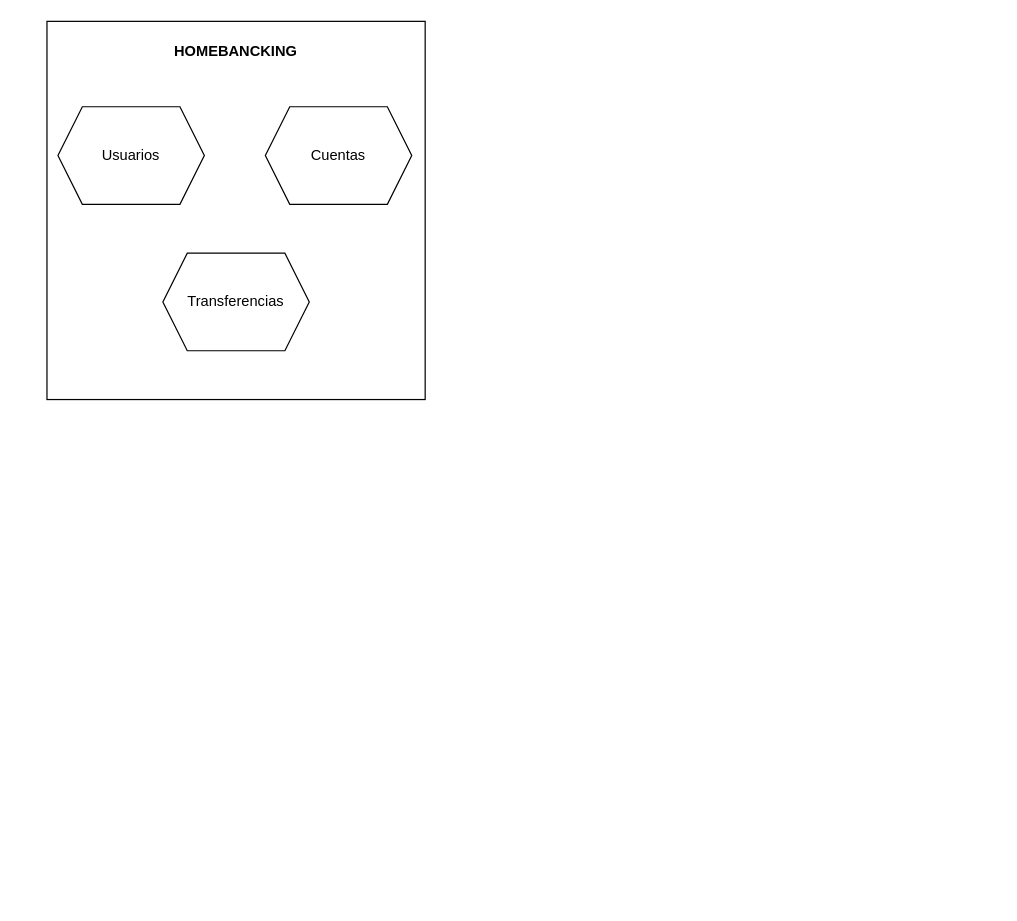
Earlier version of the draw.io diagram assets/architecture-diagram.drawio (Ivan9912/proyecto-final-java-spring). Source tidied: cells renumbered, new cells numbered last; positions are measured from the earlier drawing's top-left corner, leaving out a move shared by most shapes. Both pictures are drawn from the tidied source at 122%, with x=0, y=0 at pixel (46, 21).
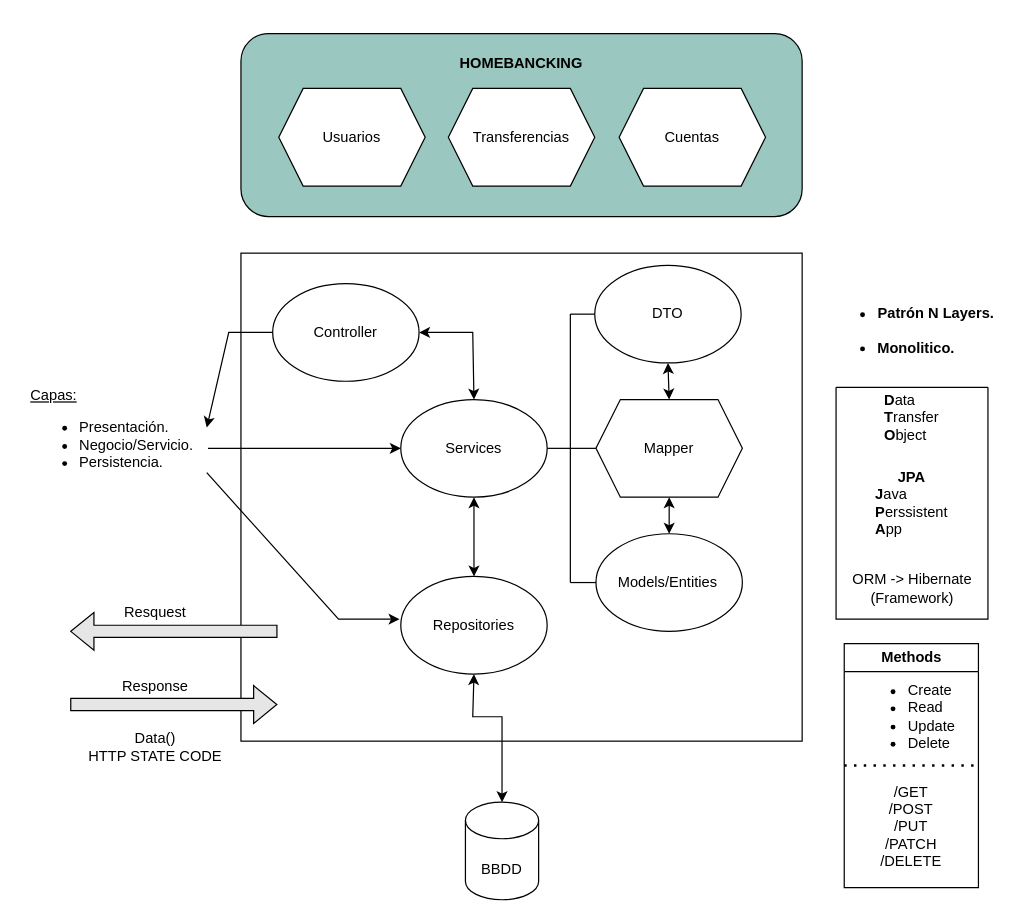
The same page after the edit.

What changed in the source:
```diff
@@
-    <mxCell id="2" style="whiteSpace=wrap;html=1;" parent="1" vertex="1">
-      <mxGeometry width="310" height="310" as="geometry" />
-    </mxCell>
+    <mxCell id="10" style="rounded=0;whiteSpace=wrap;html=1;" parent="1" vertex="1">
+      <mxGeometry x="159" y="190" width="460" height="400" as="geometry" />
+    </mxCell>
+    <mxCell id="11" style="rounded=1;whiteSpace=wrap;html=1;fillColor=#9AC7BF;" parent="1" vertex="1">
+      <mxGeometry x="159" y="10" width="460" height="150" as="geometry" />
+    </mxCell>
     <mxCell id="3" value="&lt;b&gt;HOMEBANCKING&lt;/b&gt;" style="text;strokeColor=none;align=center;fillColor=none;html=1;verticalAlign=middle;whiteSpace=wrap;rounded=0;" parent="1" vertex="1">
-      <mxGeometry x="92" y="10" width="126" height="30" as="geometry" />
+      <mxGeometry x="326" y="20" width="126" height="30" as="geometry" />
     </mxCell>
     <mxCell id="4" style="shape=hexagon;perimeter=hexagonPerimeter2;whiteSpace=wrap;html=1;fixedSize=1;" parent="1" vertex="1">
-      <mxGeometry x="9" y="70" width="120" height="80" as="geometry" />
+      <mxGeometry x="329" y="55" width="120" height="80" as="geometry" />
     </mxCell>
     <mxCell id="5" style="shape=hexagon;perimeter=hexagonPerimeter2;whiteSpace=wrap;html=1;fixedSize=1;" parent="1" vertex="1">
-      <mxGeometry x="179" y="70" width="120" height="80" as="geometry" />
+      <mxGeometry x="469" y="55" width="120" height="80" as="geometry" />
     </mxCell>
     <mxCell id="6" style="shape=hexagon;perimeter=hexagonPerimeter2;whiteSpace=wrap;html=1;fixedSize=1;" parent="1" vertex="1">
-      <mxGeometry x="95" y="190" width="120" height="80" as="geometry" />
+      <mxGeometry x="190" y="55" width="120" height="80" as="geometry" />
     </mxCell>
     <mxCell id="7" value="Usuarios" style="text;strokeColor=none;align=center;fillColor=none;html=1;verticalAlign=middle;whiteSpace=wrap;rounded=0;" parent="1" vertex="1">
-      <mxGeometry x="39" y="95" width="60" height="30" as="geometry" />
+      <mxGeometry x="220" y="80" width="60" height="30" as="geometry" />
     </mxCell>
     <mxCell id="8" value="Cuentas" style="text;strokeColor=none;align=center;fillColor=none;html=1;verticalAlign=middle;whiteSpace=wrap;rounded=0;" parent="1" vertex="1">
-      <mxGeometry x="209" y="95" width="60" height="30" as="geometry" />
+      <mxGeometry x="499" y="80" width="60" height="30" as="geometry" />
     </mxCell>
     <mxCell id="9" value="Transferencias" style="text;strokeColor=none;align=center;fillColor=none;html=1;verticalAlign=middle;whiteSpace=wrap;rounded=0;" parent="1" vertex="1">
-      <mxGeometry x="105" y="215" width="100" height="30" as="geometry" />
+      <mxGeometry x="339" y="80" width="100" height="30" as="geometry" />
     </mxCell>
+    <mxCell id="12" value="&lt;ul&gt;&lt;li&gt;&lt;b&gt;Patrón N Layers.&lt;/b&gt;&lt;/li&gt;&lt;/ul&gt;" style="text;strokeColor=none;align=center;fillColor=none;html=1;verticalAlign=middle;whiteSpace=wrap;rounded=0;" parent="1" vertex="1">
+      <mxGeometry x="638.5" y="225" width="140" height="30" as="geometry" />
+    </mxCell>
+    <mxCell id="13" style="ellipse;whiteSpace=wrap;html=1;" parent="1" vertex="1">
+      <mxGeometry x="185" y="215" width="120" height="80" as="geometry" />
+    </mxCell>
+    <mxCell id="14" style="ellipse;whiteSpace=wrap;html=1;" parent="1" vertex="1">
+      <mxGeometry x="450" y="420" width="120" height="80" as="geometry" />
+    </mxCell>
+    <mxCell id="15" style="shape=cylinder3;whiteSpace=wrap;html=1;boundedLbl=1;backgroundOutline=1;size=15;" parent="1" vertex="1">
+      <mxGeometry x="343" y="640" width="60" height="80" as="geometry" />
+    </mxCell>
+    <mxCell id="16" value="&lt;div style=&quot;text-align: left;&quot;&gt;&lt;span style=&quot;background-color: initial;&quot;&gt;&lt;u&gt;Capas:&lt;/u&gt;&lt;/span&gt;&lt;/div&gt;&lt;div style=&quot;text-align: left;&quot;&gt;&lt;ul&gt;&lt;li&gt;&lt;span style=&quot;background-color: initial;&quot;&gt;Presentación.&lt;/span&gt;&lt;/li&gt;&lt;li&gt;&lt;span style=&quot;background-color: initial;&quot;&gt;Negocio/Servicio.&lt;/span&gt;&lt;/li&gt;&lt;li&gt;&lt;span style=&quot;background-color: initial;&quot;&gt;Persistencia.&lt;/span&gt;&lt;/li&gt;&lt;/ul&gt;&lt;/div&gt;" style="text;strokeColor=none;align=center;fillColor=none;html=1;verticalAlign=middle;whiteSpace=wrap;rounded=0;" parent="1" vertex="1">
+      <mxGeometry x="-21" y="295" width="149" height="90" as="geometry" />
+    </mxCell>
+    <mxCell id="17" value="BBDD" style="text;strokeColor=none;align=center;fillColor=none;html=1;verticalAlign=middle;whiteSpace=wrap;rounded=0;" parent="1" vertex="1">
+      <mxGeometry x="343" y="680" width="60" height="30" as="geometry" />
+    </mxCell>
+    <mxCell id="18" value="Controller" style="text;strokeColor=none;align=center;fillColor=none;html=1;verticalAlign=middle;whiteSpace=wrap;rounded=0;" parent="1" vertex="1">
+      <mxGeometry x="215" y="240" width="60" height="30" as="geometry" />
+    </mxCell>
+    <mxCell id="19" value="Models/Entities" style="text;strokeColor=none;align=center;fillColor=none;html=1;verticalAlign=middle;whiteSpace=wrap;rounded=0;" parent="1" vertex="1">
+      <mxGeometry x="464" y="445" width="90" height="30" as="geometry" />
+    </mxCell>
+    <mxCell id="20" style="ellipse;whiteSpace=wrap;html=1;" parent="1" vertex="1">
+      <mxGeometry x="290" y="310" width="120" height="80" as="geometry" />
+    </mxCell>
+    <mxCell id="21" value="Services" style="text;strokeColor=none;align=center;fillColor=none;html=1;verticalAlign=middle;whiteSpace=wrap;rounded=0;" parent="1" vertex="1">
+      <mxGeometry x="320" y="335" width="60" height="30" as="geometry" />
+    </mxCell>
+    <mxCell id="22" style="ellipse;whiteSpace=wrap;html=1;" parent="1" vertex="1">
+      <mxGeometry x="290" y="455" width="120" height="80" as="geometry" />
+    </mxCell>
+    <mxCell id="23" value="Repositories" style="text;strokeColor=none;align=center;fillColor=none;html=1;verticalAlign=middle;whiteSpace=wrap;rounded=0;" parent="1" vertex="1">
+      <mxGeometry x="320" y="480" width="60" height="30" as="geometry" />
+    </mxCell>
+    <mxCell id="24" style="endArrow=classic;startArrow=classic;html=1;rounded=0;entryX=1;entryY=0.5;entryDx=0;entryDy=0;exitX=0.5;exitY=0;exitDx=0;exitDy=0;" parent="1" edge="1" source="20" target="13">
+      <mxGeometry relative="1" as="geometry">
+        <Array as="points">
+          <mxPoint x="349" y="255" />
+        </Array>
+      </mxGeometry>
+    </mxCell>
+    <mxCell id="25" style="endArrow=classic;startArrow=classic;html=1;rounded=0;exitX=0.5;exitY=0;exitDx=0;exitDy=0;entryX=0.5;entryY=1;entryDx=0;entryDy=0;" parent="1" edge="1" source="22" target="20">
+      <mxGeometry relative="1" as="geometry" />
+    </mxCell>
+    <mxCell id="26" value="&lt;div style=&quot;text-align: left;&quot;&gt;&lt;b style=&quot;background-color: initial;&quot;&gt;D&lt;/b&gt;&lt;span style=&quot;background-color: initial;&quot;&gt;ata&lt;/span&gt;&lt;/div&gt;&lt;b&gt;&lt;div style=&quot;text-align: left;&quot;&gt;&lt;b style=&quot;background-color: initial;&quot;&gt;T&lt;/b&gt;&lt;span style=&quot;background-color: initial; font-weight: normal;&quot;&gt;ransfer&lt;/span&gt;&lt;/div&gt;&lt;/b&gt;&lt;b&gt;&lt;div style=&quot;text-align: left;&quot;&gt;&lt;b style=&quot;background-color: initial;&quot;&gt;O&lt;/b&gt;&lt;span style=&quot;background-color: initial; font-weight: normal;&quot;&gt;bject&lt;/span&gt;&lt;/div&gt;&lt;/b&gt;" style="text;strokeColor=none;align=center;fillColor=none;html=1;verticalAlign=middle;whiteSpace=wrap;rounded=0;" parent="1" vertex="1">
+      <mxGeometry x="669" y="285" width="80" height="80" as="geometry" />
+    </mxCell>
+    <mxCell id="27" style="ellipse;whiteSpace=wrap;html=1;" parent="1" vertex="1">
+      <mxGeometry x="449" y="200" width="120" height="80" as="geometry" />
+    </mxCell>
+    <mxCell id="28" value="DTO" style="text;strokeColor=none;align=center;fillColor=none;html=1;verticalAlign=middle;whiteSpace=wrap;rounded=0;" parent="1" vertex="1">
+      <mxGeometry x="479" y="225" width="60" height="30" as="geometry" />
+    </mxCell>
+    <mxCell id="29" style="shape=hexagon;perimeter=hexagonPerimeter2;whiteSpace=wrap;html=1;fixedSize=1;" parent="1" vertex="1">
+      <mxGeometry x="450" y="310" width="120" height="80" as="geometry" />
+    </mxCell>
+    <mxCell id="30" style="endArrow=classic;startArrow=classic;html=1;rounded=0;entryX=0.5;entryY=1;entryDx=0;entryDy=0;exitX=0.5;exitY=0;exitDx=0;exitDy=0;" parent="1" edge="1" source="29" target="27">
+      <mxGeometry relative="1" as="geometry" />
+    </mxCell>
+    <mxCell id="31" style="endArrow=classic;startArrow=classic;html=1;rounded=0;entryX=0.5;entryY=1;entryDx=0;entryDy=0;exitX=0.5;exitY=0;exitDx=0;exitDy=0;" parent="1" edge="1" source="14" target="29">
+      <mxGeometry relative="1" as="geometry" />
+    </mxCell>
+    <mxCell id="32" value="Mapper" style="text;strokeColor=none;align=center;fillColor=none;html=1;verticalAlign=middle;whiteSpace=wrap;rounded=0;" parent="1" vertex="1">
+      <mxGeometry x="480" y="335" width="60" height="30" as="geometry" />
+    </mxCell>
+    <mxCell id="33" style="endArrow=none;html=1;rounded=0;entryX=0.587;entryY=0.12;entryDx=0;entryDy=0;entryPerimeter=0;" parent="1" edge="1">
+      <mxGeometry relative="1" as="geometry">
+        <mxPoint x="429" y="460" as="sourcePoint" />
+        <mxPoint x="429" y="239.8" as="targetPoint" />
+        <Array as="points">
+          <mxPoint x="429" y="350" />
+        </Array>
+      </mxGeometry>
+    </mxCell>
+    <mxCell id="34" style="endArrow=none;html=1;rounded=0;entryX=0;entryY=0.5;entryDx=0;entryDy=0;" parent="1" edge="1" target="29">
+      <mxGeometry relative="1" as="geometry">
+        <mxPoint x="429" y="350" as="sourcePoint" />
+      </mxGeometry>
+    </mxCell>
+    <mxCell id="35" style="endArrow=none;html=1;rounded=0;exitX=1;exitY=0.5;exitDx=0;exitDy=0;" parent="1" edge="1" source="20">
+      <mxGeometry relative="1" as="geometry">
+        <mxPoint x="429" y="350" as="targetPoint" />
+      </mxGeometry>
+    </mxCell>
+    <mxCell id="36" style="endArrow=none;html=1;rounded=0;entryX=0;entryY=0.5;entryDx=0;entryDy=0;" parent="1" edge="1" target="27">
+      <mxGeometry relative="1" as="geometry">
+        <mxPoint x="429" y="240" as="sourcePoint" />
+      </mxGeometry>
+    </mxCell>
+    <mxCell id="37" style="endArrow=none;html=1;rounded=0;entryX=0;entryY=0.5;entryDx=0;entryDy=0;" parent="1" edge="1" target="14">
+      <mxGeometry relative="1" as="geometry">
+        <mxPoint x="429" y="460" as="sourcePoint" />
+      </mxGeometry>
+    </mxCell>
+    <mxCell id="38" style="endArrow=classic;startArrow=classic;html=1;rounded=0;exitX=0.5;exitY=1;exitDx=0;exitDy=0;entryX=0.5;entryY=0;entryDx=0;entryDy=0;entryPerimeter=0;" parent="1" edge="1" source="22" target="15">
+      <mxGeometry relative="1" as="geometry">
+        <Array as="points">
+          <mxPoint x="349" y="570" />
+          <mxPoint x="373" y="570" />
+        </Array>
+      </mxGeometry>
+    </mxCell>
+    <mxCell id="39" value="&lt;ul&gt;&lt;li&gt;&lt;b&gt;Monolitico.&lt;/b&gt;&lt;/li&gt;&lt;/ul&gt;" style="text;strokeColor=none;align=left;fillColor=none;html=1;verticalAlign=middle;whiteSpace=wrap;rounded=0;" parent="1" vertex="1">
+      <mxGeometry x="639" y="255" width="120" height="25" as="geometry" />
+    </mxCell>
+    <mxCell id="40" style="endArrow=classic;html=1;rounded=0;entryX=0;entryY=0.5;entryDx=0;entryDy=0;exitX=1.027;exitY=0.611;exitDx=0;exitDy=0;exitPerimeter=0;" parent="1" edge="1" source="16" target="20">
+      <mxGeometry relative="1" as="geometry" />
+    </mxCell>
+    <mxCell id="41" style="endArrow=classic;html=1;rounded=0;exitX=1.02;exitY=0.833;exitDx=0;exitDy=0;exitPerimeter=0;" parent="1" edge="1" source="16">
+      <mxGeometry relative="1" as="geometry">
+        <mxPoint x="289" y="490" as="targetPoint" />
+        <Array as="points">
+          <mxPoint x="239" y="490" />
+        </Array>
+      </mxGeometry>
+    </mxCell>
+    <mxCell id="42" value="&lt;b&gt;JPA &lt;/b&gt;&lt;br&gt;&lt;div style=&quot;text-align: left;&quot;&gt;&lt;span style=&quot;background-color: initial;&quot;&gt;&lt;b&gt;J&lt;/b&gt;ava&lt;/span&gt;&lt;/div&gt;&lt;div style=&quot;text-align: left;&quot;&gt;&lt;span style=&quot;background-color: initial;&quot;&gt;&lt;b&gt;P&lt;/b&gt;erssistent&lt;/span&gt;&lt;/div&gt;&lt;div style=&quot;text-align: left;&quot;&gt;&lt;span style=&quot;background-color: initial;&quot;&gt;&lt;b&gt;A&lt;/b&gt;pp&lt;/span&gt;&lt;/div&gt;" style="text;strokeColor=none;align=center;fillColor=none;html=1;verticalAlign=middle;whiteSpace=wrap;rounded=0;" parent="1" vertex="1">
+      <mxGeometry x="669" y="350" width="80" height="90" as="geometry" />
+    </mxCell>
+    <mxCell id="43" value="ORM -&amp;gt; Hibernate (Framework)" style="text;strokeColor=none;align=center;fillColor=none;html=1;verticalAlign=middle;whiteSpace=wrap;rounded=0;" parent="1" vertex="1">
+      <mxGeometry x="654.5" y="445" width="109" height="40" as="geometry" />
+    </mxCell>
+    <mxCell id="44" style="endArrow=classic;html=1;rounded=0;entryX=1.02;entryY=0.422;entryDx=0;entryDy=0;entryPerimeter=0;exitX=0;exitY=0.5;exitDx=0;exitDy=0;" parent="1" edge="1" source="13" target="16">
+      <mxGeometry relative="1" as="geometry">
+        <Array as="points">
+          <mxPoint x="149" y="255" />
+        </Array>
+      </mxGeometry>
+    </mxCell>
+    <mxCell id="45" style="shape=flexArrow;endArrow=classic;html=1;rounded=0;strokeColor=#000000;fillColor=#E6E6E6;" parent="1" edge="1">
+      <mxGeometry relative="1" as="geometry">
+        <mxPoint x="189" y="500" as="sourcePoint" />
+        <mxPoint x="19" y="500" as="targetPoint" />
+      </mxGeometry>
+    </mxCell>
+    <mxCell id="46" style="shape=flexArrow;endArrow=classic;html=1;rounded=0;entryX=0.065;entryY=0.925;entryDx=0;entryDy=0;entryPerimeter=0;fillColor=#E6E6E6;" parent="1" edge="1" target="10">
+      <mxGeometry relative="1" as="geometry">
+        <mxPoint x="19" y="560" as="sourcePoint" />
+      </mxGeometry>
+    </mxCell>
+    <mxCell id="47" value="Resquest" style="text;strokeColor=none;align=center;fillColor=none;html=1;verticalAlign=middle;whiteSpace=wrap;rounded=0;" parent="1" vertex="1">
+      <mxGeometry x="59" y="470" width="60" height="30" as="geometry" />
+    </mxCell>
+    <mxCell id="48" value="Response" style="text;strokeColor=none;align=center;fillColor=none;html=1;verticalAlign=middle;whiteSpace=wrap;rounded=0;" parent="1" vertex="1">
+      <mxGeometry x="59" y="530" width="60" height="30" as="geometry" />
+    </mxCell>
+    <mxCell id="49" value="Data()&lt;br&gt;HTTP STATE CODE" style="text;strokeColor=none;align=center;fillColor=none;html=1;verticalAlign=middle;whiteSpace=wrap;rounded=0;" parent="1" vertex="1">
+      <mxGeometry x="24" y="580" width="130" height="30" as="geometry" />
+    </mxCell>
+    <mxCell id="50" style="swimlane;startSize=0;strokeColor=default;align=center;verticalAlign=middle;fontFamily=Helvetica;fontSize=12;fontColor=default;fillColor=default;html=1;" parent="1" vertex="1" collapsed="1">
+      <mxGeometry x="646.8" y="300" width="124.5" height="190" as="geometry" />
+    </mxCell>
+    <mxCell id="51" value="Methods" style="swimlane;whiteSpace=wrap;html=1;strokeColor=default;align=center;verticalAlign=middle;fontFamily=Helvetica;fontSize=12;fontColor=default;fillColor=default;" parent="1" vertex="1">
+      <mxGeometry x="653.5" y="510" width="110" height="200" as="geometry" />
+    </mxCell>
+    <mxCell id="52" value="&lt;ul&gt;&lt;li&gt;Create&lt;/li&gt;&lt;li&gt;Read&lt;/li&gt;&lt;li&gt;Update&lt;/li&gt;&lt;li&gt;Delete&lt;/li&gt;&lt;/ul&gt;" style="text;strokeColor=none;align=left;fillColor=none;html=1;verticalAlign=middle;whiteSpace=wrap;rounded=0;fontSize=12;fontFamily=Helvetica;fontColor=default;" parent="51" vertex="1">
+      <mxGeometry x="10" y="20" width="90" height="80" as="geometry" />
+    </mxCell>
+    <mxCell id="53" value="/GET&lt;br&gt;/POST&lt;br&gt;/PUT&lt;br&gt;/PATCH&lt;br&gt;/DELETE" style="text;strokeColor=none;align=center;fillColor=none;html=1;verticalAlign=middle;whiteSpace=wrap;rounded=0;fontSize=12;fontFamily=Helvetica;fontColor=default;" parent="51" vertex="1">
+      <mxGeometry x="27.5" y="110" width="55" height="80" as="geometry" />
+    </mxCell>
+    <mxCell id="54" style="endArrow=none;dashed=1;html=1;dashPattern=1 3;strokeWidth=2;rounded=0;fontFamily=Helvetica;fontSize=12;fontColor=default;entryX=1;entryY=0.5;entryDx=0;entryDy=0;exitX=0;exitY=0.5;exitDx=0;exitDy=0;" parent="1" edge="1" source="51" target="51">
+      <mxGeometry relative="1" as="geometry" />
+    </mxCell>
```
